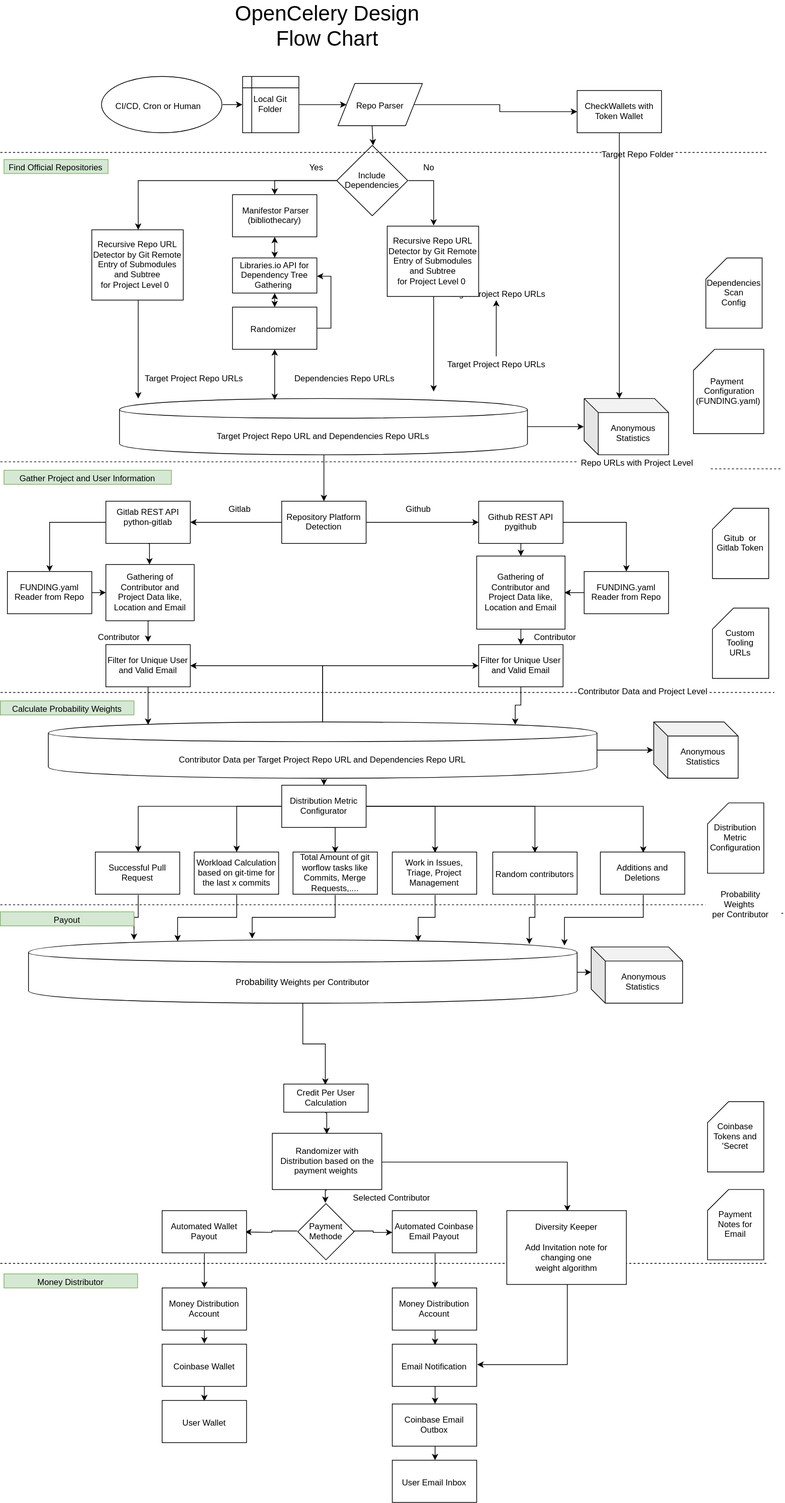
The draw.io diagram docs/design/opencelery.svg in protontypes/LibreSelery, before a commit. Source tidied: cells renumbered, new cells last; positions are measured from the earlier drawing's top-left corner, leaving out a move shared by most shapes.
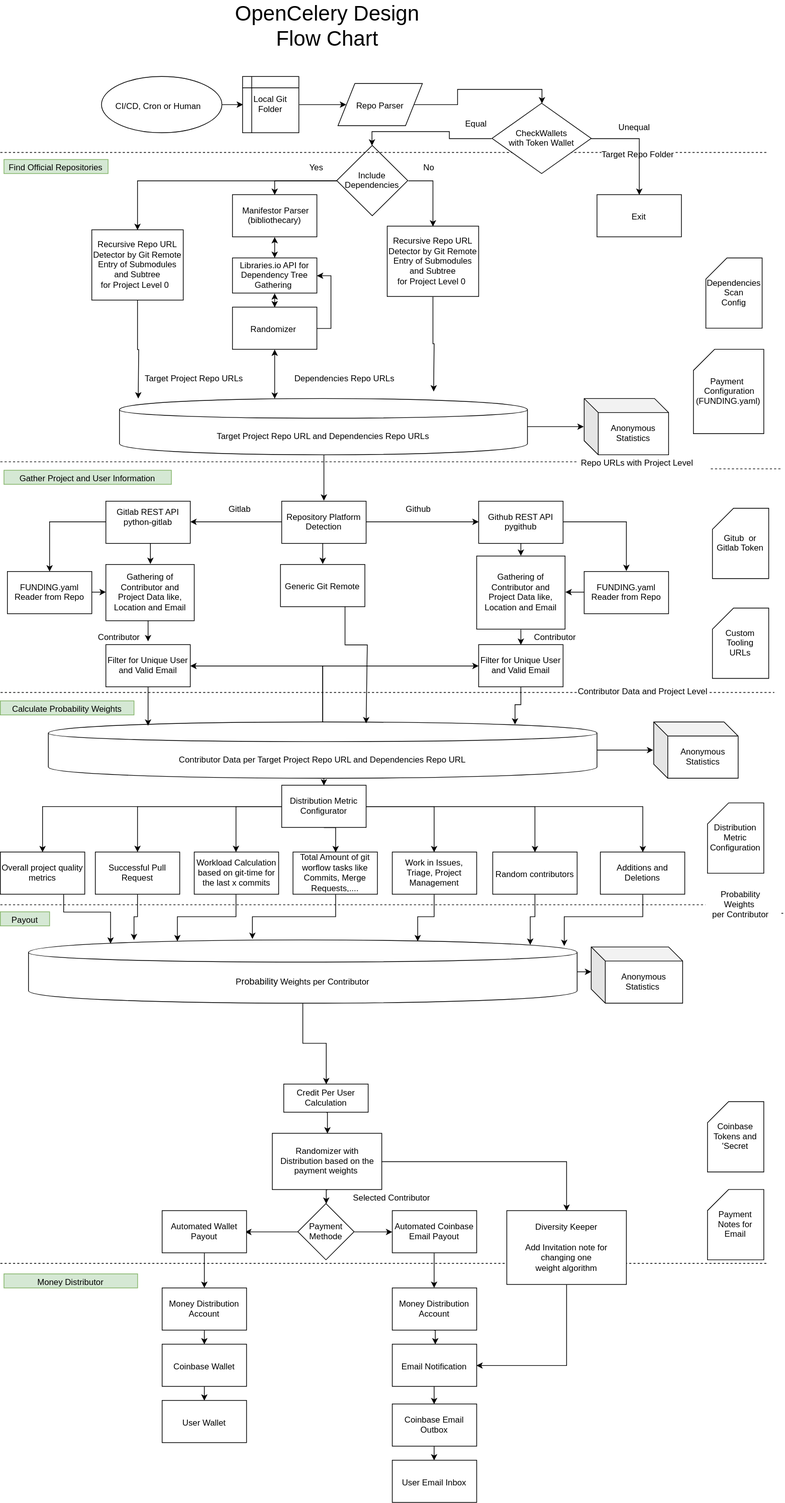
After the commit.

Commit message:
added overall quality metric to design docs

Change to the diagram source:
```diff
@@ -28,21 +28,15 @@
     <mxCell id="9" value="Dependencies Repo URLs" style="text;html=1;align=center;verticalAlign=middle;direction=south;" parent="1" vertex="1">
       <mxGeometry x="409.4" y="510" width="160" height="20" as="geometry" />
     </mxCell>
-    <mxCell id="10" style="edgeStyle=orthogonalEdgeStyle;rounded=0;jettySize=auto;html=1;" parent="1" edge="1" source="11" target="12">
-      <mxGeometry relative="1" as="geometry" />
-    </mxCell>
-    <mxCell id="11" value="Target Project Repo URLs" style="text;html=1;align=center;verticalAlign=middle;points=[];" parent="1" vertex="1">
-      <mxGeometry x="630" y="490" width="150" height="20" as="geometry" />
-    </mxCell>
-    <mxCell id="12" value="Target Project Repo URLs" style="text;html=1;align=center;verticalAlign=middle;points=[];" parent="1" vertex="1">
-      <mxGeometry x="630" y="390" width="150" height="20" as="geometry" />
-    </mxCell>
     <mxCell id="13" style="edgeStyle=orthogonalEdgeStyle;rounded=0;jettySize=auto;html=1;exitX=1;exitY=0.5;exitDx=0;exitDy=0;" parent="1" edge="1" source="15" target="18">
       <mxGeometry relative="1" as="geometry" />
     </mxCell>
     <mxCell id="14" style="edgeStyle=orthogonalEdgeStyle;rounded=0;jettySize=auto;html=1;exitX=0;exitY=0.5;exitDx=0;exitDy=0;entryX=1;entryY=0.5;entryDx=0;entryDy=0;" parent="1" edge="1" source="15" target="21">
       <mxGeometry relative="1" as="geometry" />
     </mxCell>
+    <mxCell id="143" style="edgeStyle=orthogonalEdgeStyle;rounded=0;jettySize=auto;html=1;exitX=0.5;exitY=1;exitDx=0;exitDy=0;entryX=0.5;entryY=0;entryDx=0;entryDy=0;" parent="1" edge="1" source="15" target="146">
+      <mxGeometry relative="1" as="geometry" />
+    </mxCell>
     <mxCell id="15" value="Repository Platform Detection" style="rounded=0;whiteSpace=wrap;html=1;" parent="1" vertex="1">
       <mxGeometry x="400" y="696" width="120" height="60" as="geometry" />
     </mxCell>
@@ -138,13 +132,7 @@
     <mxCell id="45" value="Local Git Folder" style="shape=internalStorage;whiteSpace=wrap;html=1;backgroundOutline=1;dx=13;dy=16;" parent="1" vertex="1">
       <mxGeometry x="344.4" y="92" width="80" height="80" as="geometry" />
     </mxCell>
-    <mxCell id="46" style="edgeStyle=orthogonalEdgeStyle;rounded=0;orthogonalLoop=1;jettySize=auto;html=1;exitX=0.5;exitY=1;exitDx=0;exitDy=0;entryX=0.5;entryY=0;entryDx=0;entryDy=0;" parent="1" edge="1">
-      <mxGeometry relative="1" as="geometry">
-        <mxPoint x="528.4" y="161.6" as="sourcePoint" />
-        <mxPoint x="529.3" y="189.5" as="targetPoint" />
-      </mxGeometry>
-    </mxCell>
-    <mxCell id="47" style="edgeStyle=orthogonalEdgeStyle;rounded=0;jettySize=auto;html=1;exitX=1;exitY=0.5;exitDx=0;exitDy=0;entryX=0;entryY=0.5;entryDx=0;entryDy=0;" parent="1" edge="1" source="48" target="142">
+    <mxCell id="47" style="edgeStyle=orthogonalEdgeStyle;rounded=0;jettySize=auto;html=1;exitX=1;exitY=0.5;exitDx=0;exitDy=0;entryX=0.5;entryY=0;entryDx=0;entryDy=0;" parent="1" edge="1" source="48" target="142">
       <mxGeometry relative="1" as="geometry" />
     </mxCell>
     <mxCell id="48" value="Repo Parser" style="shape=parallelogram;perimeter=parallelogramPerimeter;whiteSpace=wrap;html=1;" parent="1" vertex="1">
@@ -214,6 +202,9 @@
     <mxCell id="68" style="edgeStyle=orthogonalEdgeStyle;rounded=0;jettySize=auto;html=1;exitX=1;exitY=0.5;exitDx=0;exitDy=0;entryX=0.5;entryY=0;entryDx=0;entryDy=0;" parent="1" edge="1" source="69" target="123">
       <mxGeometry relative="1" as="geometry" />
     </mxCell>
+    <mxCell id="144" style="edgeStyle=orthogonalEdgeStyle;rounded=0;jettySize=auto;html=1;exitX=0;exitY=0.5;exitDx=0;exitDy=0;entryX=0.5;entryY=0;entryDx=0;entryDy=0;" parent="1" edge="1" source="69" target="153">
+      <mxGeometry relative="1" as="geometry" />
+    </mxCell>
     <mxCell id="69" value="Distribution Metric Configurator" style="rounded=0;whiteSpace=wrap;html=1;" parent="1" vertex="1">
       <mxGeometry x="400" y="1100" width="120" height="60" as="geometry" />
     </mxCell>
@@ -389,7 +380,7 @@
       </mxGeometry>
     </mxCell>
     <mxCell id="119" value="Payout" style="text;html=1;strokeColor=#82b366;fillColor=#d5e8d4;align=center;verticalAlign=middle;whiteSpace=wrap;rounded=0;" parent="1" vertex="1">
-      <mxGeometry y="1280" width="190" height="20" as="geometry" />
+      <mxGeometry y="1280" width="70" height="20" as="geometry" />
     </mxCell>
     <mxCell id="120" style="endArrow=none;dashed=1;html=1;" parent="1" edge="1">
       <mxGeometry relative="1" as="geometry">
@@ -462,11 +453,50 @@
     <mxCell id="140" value="Payment&amp;nbsp;&lt;br&gt;&amp;nbsp;Configuration&lt;br&gt;(FUNDING.yaml)" style="shape=card;whiteSpace=wrap;html=1;" parent="1" vertex="1">
       <mxGeometry x="985.3" y="480" width="100" height="119.9" as="geometry" />
     </mxCell>
-    <mxCell id="141" style="edgeStyle=orthogonalEdgeStyle;rounded=0;jettySize=auto;html=1;exitX=0.5;exitY=1;exitDx=0;exitDy=0;entryX=0;entryY=0;entryDx=50;entryDy=0;entryPerimeter=0;" parent="1" edge="1" source="142" target="136">
-      <mxGeometry relative="1" as="geometry" />
-    </mxCell>
+    <mxCell id="145" style="edgeStyle=orthogonalEdgeStyle;rounded=0;jettySize=auto;html=1;exitX=0.5;exitY=1;exitDx=0;exitDy=0;entryX=0.58;entryY=0.025;entryDx=0;entryDy=0;entryPerimeter=0;" parent="1" edge="1" source="146" target="31">
+      <mxGeometry relative="1" as="geometry">
+        <Array as="points">
+          <mxPoint x="490" y="846" />
+          <mxPoint x="490" y="900" />
+          <mxPoint x="521" y="900" />
+        </Array>
+      </mxGeometry>
+    </mxCell>
+    <mxCell id="146" value="Generic Git Remote" style="rounded=0;whiteSpace=wrap;html=1;" parent="1" vertex="1">
+      <mxGeometry x="398.2" y="786" width="120" height="60" as="geometry" />
+    </mxCell>
+    <mxCell id="147" value="Exit" style="rounded=0;whiteSpace=wrap;html=1;" parent="1" vertex="1">
+      <mxGeometry x="848.2" y="260" width="120" height="60" as="geometry" />
+    </mxCell>
+    <mxCell id="148" style="edgeStyle=orthogonalEdgeStyle;rounded=0;jettySize=auto;html=1;exitX=1;exitY=0.5;exitDx=0;exitDy=0;entryX=0.5;entryY=0;entryDx=0;entryDy=0;" parent="1" edge="1" source="142" target="147">
+      <mxGeometry relative="1" as="geometry" />
+    </mxCell>
+    <mxCell id="149" value="Unequal" style="text;html=1;align=center;verticalAlign=middle;labelBackgroundColor=#ffffff;" parent="148" vertex="1">
+      <mxGeometry x="-0.25" y="3" relative="1" as="geometry">
+        <mxPoint x="4.8" y="-15.2" as="offset" />
+      </mxGeometry>
+    </mxCell>
+    <mxCell id="150" style="edgeStyle=orthogonalEdgeStyle;rounded=0;jettySize=auto;html=1;exitX=0;exitY=0.5;exitDx=0;exitDy=0;entryX=0.5;entryY=0;entryDx=0;entryDy=0;" parent="1" edge="1" source="142" target="51">
+      <mxGeometry relative="1" as="geometry" />
+    </mxCell>
-    <mxCell id="142" value="CheckWallets with Token Wallet" style="rounded=0;whiteSpace=wrap;html=1;" parent="1" vertex="1">
-      <mxGeometry x="820" y="112" width="120" height="60" as="geometry" />
+    <mxCell id="142" value="CheckWallets &lt;br&gt;with Token Wallet" style="rhombus;whiteSpace=wrap;html=1;" parent="1" vertex="1">
+      <mxGeometry x="699" y="130" width="141" height="100" as="geometry" />
     </mxCell>
+    <mxCell id="151" value="Equal" style="text;html=1;align=center;verticalAlign=middle;labelBackgroundColor=#ffffff;" parent="1" vertex="1">
+      <mxGeometry x="670" y="172" as="geometry">
+        <mxPoint x="4.8" y="-15.2" as="offset" />
+      </mxGeometry>
+    </mxCell>
+    <mxCell id="152" style="edgeStyle=orthogonalEdgeStyle;rounded=0;jettySize=auto;html=1;exitX=0.75;exitY=1;exitDx=0;exitDy=0;entryX=0.15;entryY=0.05;entryDx=0;entryDy=0;entryPerimeter=0;" parent="1" edge="1" source="153" target="78">
+      <mxGeometry relative="1" as="geometry">
+        <Array as="points">
+          <mxPoint x="90" y="1280" />
+          <mxPoint x="157" y="1280" />
+        </Array>
+      </mxGeometry>
+    </mxCell>
+    <mxCell id="153" value="Overall project quality metrics" style="rounded=0;whiteSpace=wrap;html=1;" parent="1" vertex="1">
+      <mxGeometry y="1195" width="120" height="60" as="geometry" />
+    </mxCell>
   </root>
 </mxGraphModel>
```
